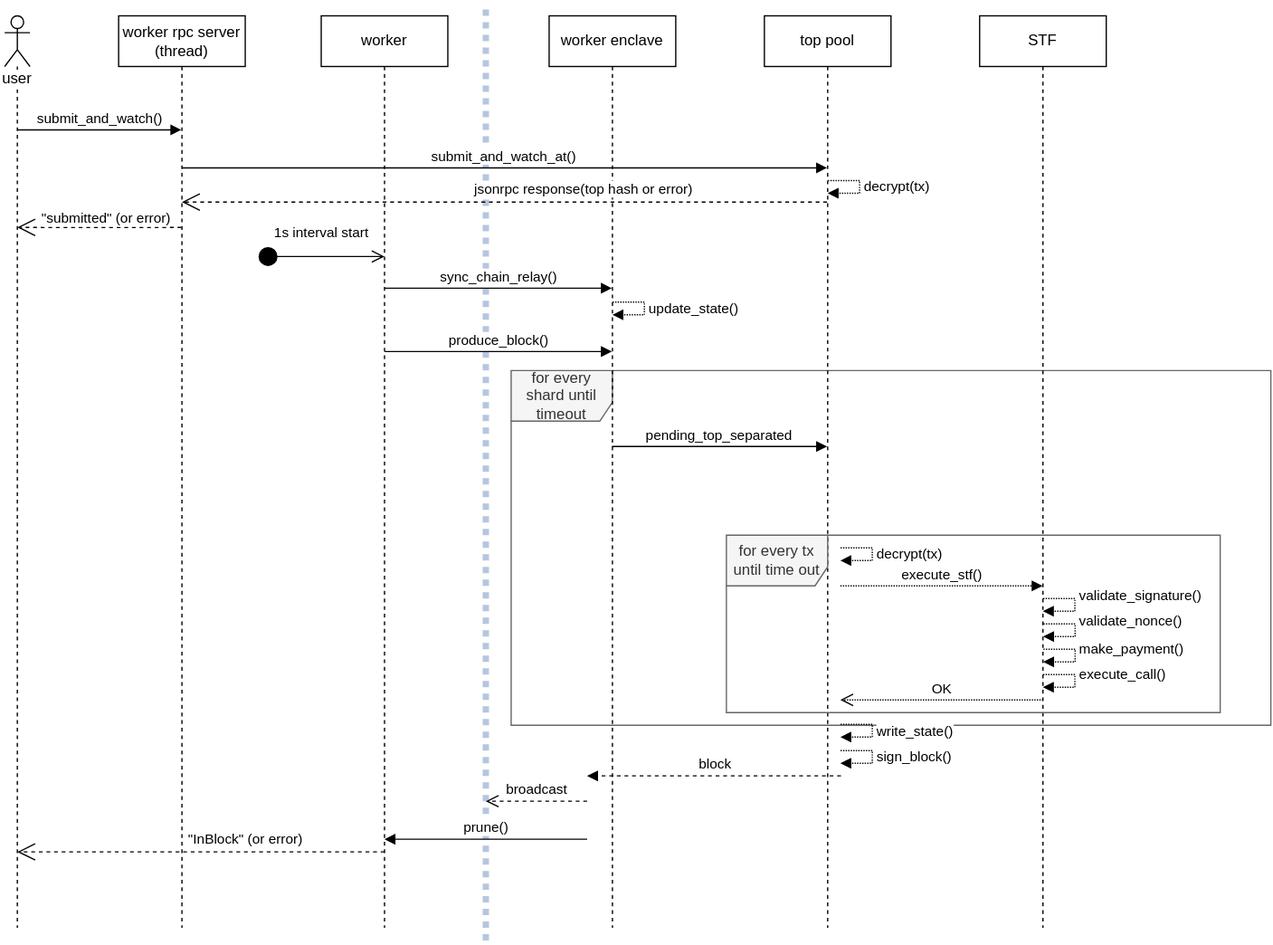
Above: sidechain-sequence.svg in haerdib/substraTEE_diagramms (draw.io), before the change. Source tidied: cells renumbered, new cells last; positions are measured from the earlier drawing's top-left corner, leaving out a move shared by most shapes.
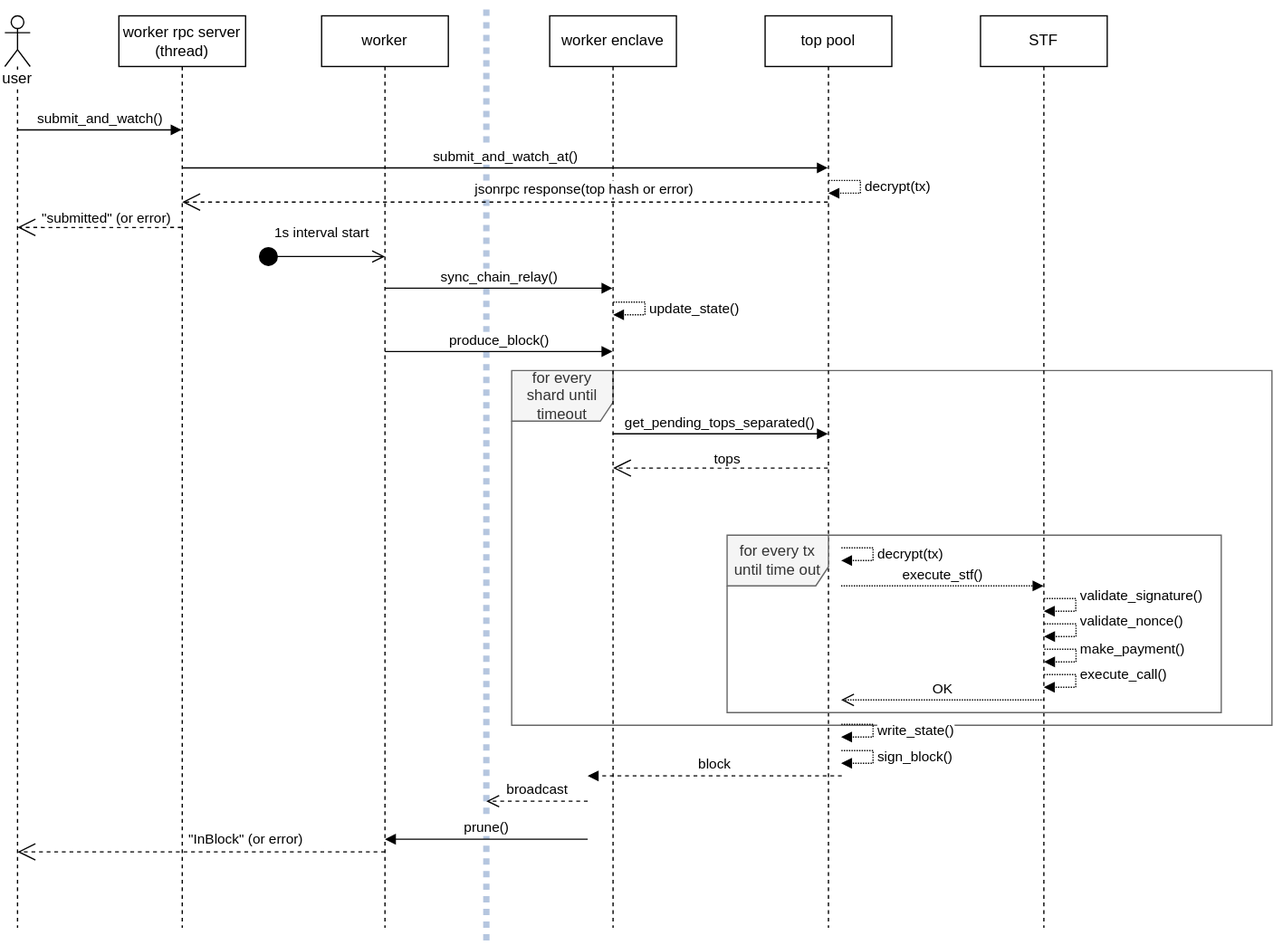
The same diagram one commit later.

The edit, as a diff of the source:
```diff
@@ -211,11 +211,16 @@
         <mxPoint x="479.5" y="225" as="targetPoint" />
       </mxGeometry>
     </mxCell>
-    <mxCell id="33" value="pending_top_separated" style="html=1;verticalAlign=bottom;endArrow=block;" parent="1" edge="1">
+    <mxCell id="33" value="get_pending_tops_separated()" style="html=1;verticalAlign=bottom;endArrow=block;" parent="1" edge="1">
       <mxGeometry relative="1" as="geometry">
-        <mxPoint x="479.7" y="350" as="sourcePoint" />
-        <mxPoint x="649.5" y="350" as="targetPoint" />
+        <mxPoint x="479.7" y="340" as="sourcePoint" />
+        <mxPoint x="649.5" y="340" as="targetPoint" />
       </mxGeometry>
     </mxCell>
+    <mxCell id="34" value="tops" style="endArrow=open;endSize=12;dashed=1;html=1;" parent="1" edge="1" target="7">
+      <mxGeometry x="-0.06" y="-7" relative="1" as="geometry">
+        <mxPoint x="649.5" y="367" as="sourcePoint" />
+      </mxGeometry>
+    </mxCell>
   </root>
 </mxGraphModel>
```
